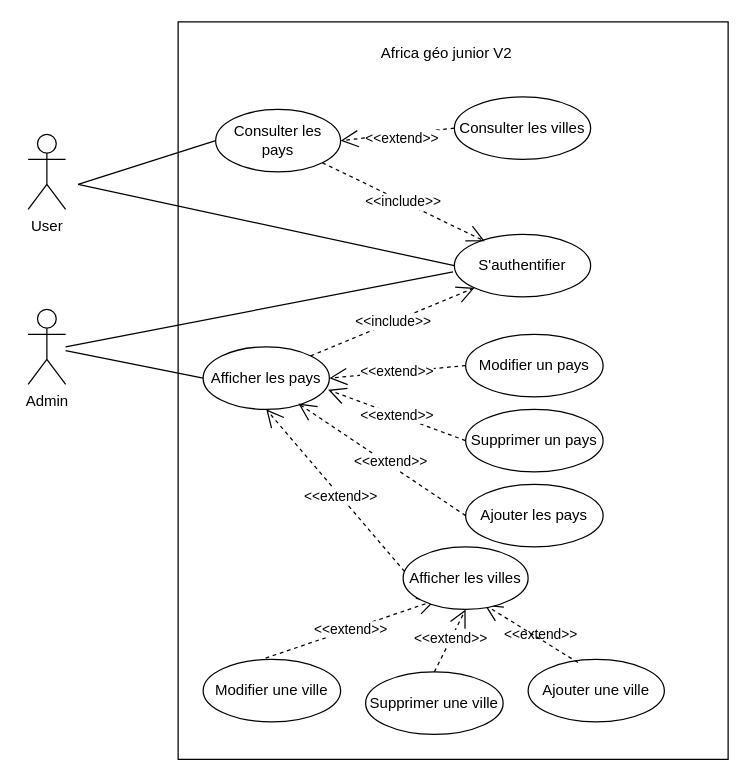
Before: Diagrams/Use Case.drawio in elmhmmd/Africa-Geo-Junior-V2, a draw.io diagram. Source tidied: cells renumbered, new cells numbered last; positions are measured from the earlier drawing's top-left corner, leaving out a move shared by most shapes. Both pictures are drawn from the tidied source at 125%, with x=0, y=0 at pixel (28, 21).
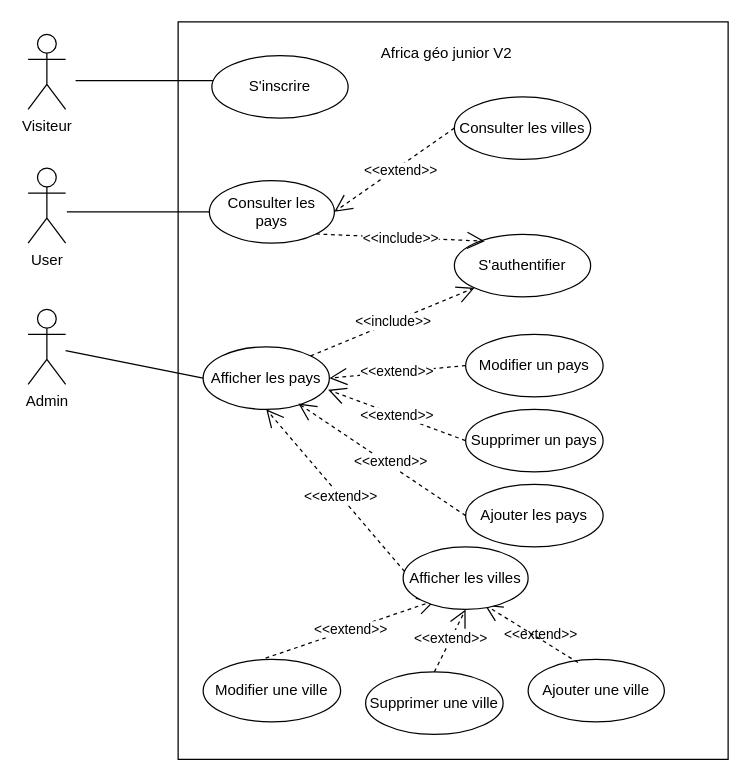
The same page after the edit.

Unchanged cells that the change refers to:
```xml
<mxCell id="6" value="S'authentifier" style="ellipse;whiteSpace=wrap;html=1;" parent="1" vertex="1">
  <mxGeometry x="341" y="170" width="109" height="50" as="geometry" />
</mxCell>
```

Diff of the diagram source:
```diff
@@
     <mxCell id="4" value="User" style="shape=umlActor;verticalLabelPosition=bottom;verticalAlign=top;html=1;" parent="1" vertex="1">
-      <mxGeometry y="90" width="30" height="60" as="geometry" />
+      <mxGeometry y="117" width="30" height="60" as="geometry" />
     </mxCell>
@@
     <mxCell id="7" value="Consulter les pays" style="ellipse;whiteSpace=wrap;html=1;" parent="1" vertex="1">
-      <mxGeometry x="150" y="70" width="100" height="50" as="geometry" />
+      <mxGeometry x="145" y="127" width="100" height="50" as="geometry" />
     </mxCell>
@@
     <mxCell id="17" style="endArrow=none;html=1;rounded=0;entryX=0;entryY=0.5;entryDx=0;entryDy=0;" parent="1" edge="1" target="7">
       <mxGeometry relative="1" as="geometry">
-        <mxPoint x="40" y="130" as="sourcePoint" />
+        <mxPoint x="31" y="152" as="sourcePoint" />
       </mxGeometry>
     </mxCell>
@@
-    <mxCell id="30" style="endArrow=none;html=1;rounded=0;entryX=0;entryY=0.5;entryDx=0;entryDy=0;" parent="1" edge="1" target="6">
-      <mxGeometry relative="1" as="geometry">
-        <mxPoint x="40" y="130" as="sourcePoint" />
-      </mxGeometry>
-    </mxCell>
-    <mxCell id="31" style="endArrow=none;html=1;rounded=0;" parent="1" edge="1">
-      <mxGeometry relative="1" as="geometry">
-        <mxPoint x="30" y="260" as="sourcePoint" />
-        <mxPoint x="340" y="200" as="targetPoint" />
-      </mxGeometry>
-    </mxCell>
+    <mxCell id="32" value="Visiteur" style="shape=umlActor;verticalLabelPosition=bottom;verticalAlign=top;html=1;" parent="1" vertex="1">
+      <mxGeometry y="10" width="30" height="60" as="geometry" />
+    </mxCell>
+    <mxCell id="33" style="endArrow=none;html=1;rounded=0;entryX=0;entryY=0.5;entryDx=0;entryDy=0;" parent="1" edge="1">
+      <mxGeometry relative="1" as="geometry">
+        <mxPoint x="38" y="47" as="sourcePoint" />
+        <mxPoint x="152" y="47" as="targetPoint" />
+      </mxGeometry>
+    </mxCell>
+    <mxCell id="34" value="S'inscrire" style="ellipse;whiteSpace=wrap;html=1;" parent="1" vertex="1">
+      <mxGeometry x="147" y="27" width="109" height="50" as="geometry" />
+    </mxCell>
```
